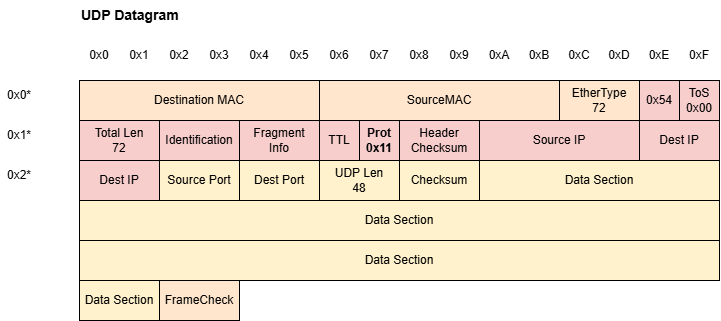
This is appliedprog/diagrams/week12_datagram.png from RichardMorris/TRUR3125-Applied-Programming-26-27, a draw.io export, as it was before one commit. Source tidied: cells renumbered, new cells last; positions are measured from the earlier drawing's top-left corner, leaving out a move shared by most shapes.
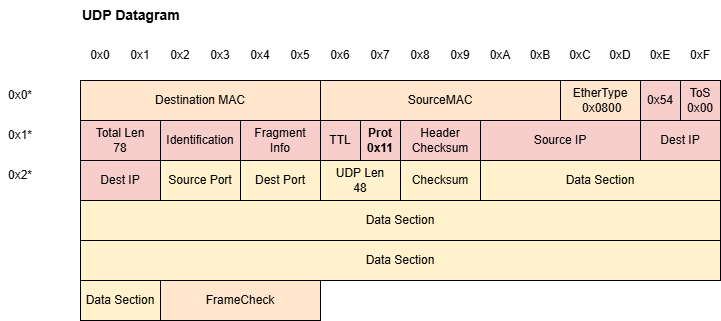
The same file after the commit.

Diff of the diagram source:
```diff
@@ -8,14 +8,14 @@
     <mxCell id="3" value="SourceMAC" style="rounded=0;whiteSpace=wrap;html=1;fillColor=#ffe6cc;strokeColor=#000000;" parent="1" vertex="1">
       <mxGeometry x="320" y="80" width="240" height="40" as="geometry" />
     </mxCell>
-    <mxCell id="4" value="EtherType&lt;div&gt;72&lt;/div&gt;" style="rounded=0;whiteSpace=wrap;html=1;fillColor=#ffe6cc;strokeColor=#000000;" parent="1" vertex="1">
+    <mxCell id="4" value="EtherType&lt;div&gt;&amp;nbsp;0x0800&lt;/div&gt;" style="rounded=0;whiteSpace=wrap;html=1;fillColor=#ffe6cc;strokeColor=#000000;" parent="1" vertex="1">
       <mxGeometry x="560" y="80" width="80" height="40" as="geometry" />
     </mxCell>
     <mxCell id="5" value="0x54" style="rounded=0;whiteSpace=wrap;html=1;fillColor=#F8CECC;strokeColor=#000000;" parent="1" vertex="1">
       <mxGeometry x="640" y="80" width="40" height="40" as="geometry" />
     </mxCell>
     <mxCell id="6" value="FrameCheck" style="rounded=0;whiteSpace=wrap;html=1;fillColor=#ffe6cc;strokeColor=#000000;" parent="1" vertex="1">
-      <mxGeometry x="160" y="280" width="80" height="40" as="geometry" />
+      <mxGeometry x="160" y="280" width="160" height="40" as="geometry" />
     </mxCell>
     <mxCell id="7" value="0x0*" style="text;html=1;whiteSpace=wrap;strokeColor=none;fillColor=none;align=center;verticalAlign=middle;rounded=0;" parent="1" vertex="1">
       <mxGeometry y="80" width="40" height="30" as="geometry" />
@@ -77,7 +77,7 @@
     <mxCell id="26" value="ToS&lt;div&gt;0x00&lt;/div&gt;" style="rounded=0;whiteSpace=wrap;html=1;fillColor=#F8CECC;strokeColor=#000000;" parent="1" vertex="1">
       <mxGeometry x="680" y="80" width="40" height="40" as="geometry" />
     </mxCell>
-    <mxCell id="27" value="Total Len&lt;div&gt;72&lt;/div&gt;" style="rounded=0;whiteSpace=wrap;html=1;fillColor=#F8CECC;strokeColor=#000000;" parent="1" vertex="1">
+    <mxCell id="27" value="Total Len&lt;div&gt;78&lt;/div&gt;" style="rounded=0;whiteSpace=wrap;html=1;fillColor=#F8CECC;strokeColor=#000000;" parent="1" vertex="1">
       <mxGeometry x="80" y="120" width="80" height="40" as="geometry" />
     </mxCell>
     <mxCell id="28" value="Identification" style="rounded=0;whiteSpace=wrap;html=1;fillColor=#F8CECC;strokeColor=#000000;" parent="1" vertex="1">
```
